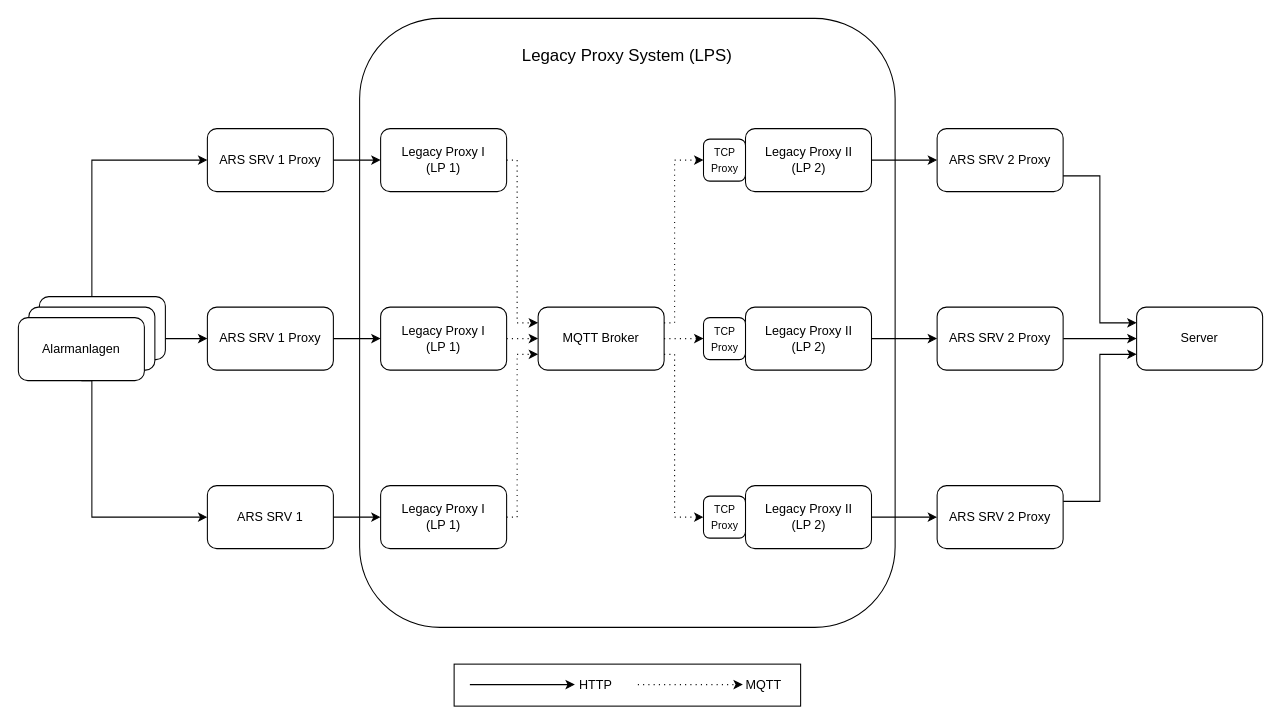
Before: drawio/exp_lps.drawio in JadKHaddad/MT, a draw.io diagram. Source tidied: cells renumbered, new cells numbered last; positions are measured from the earlier drawing's top-left corner, leaving out a move shared by most shapes. Both pictures are drawn from the tidied source at 105%, with x=0, y=0 at pixel (18, 18).
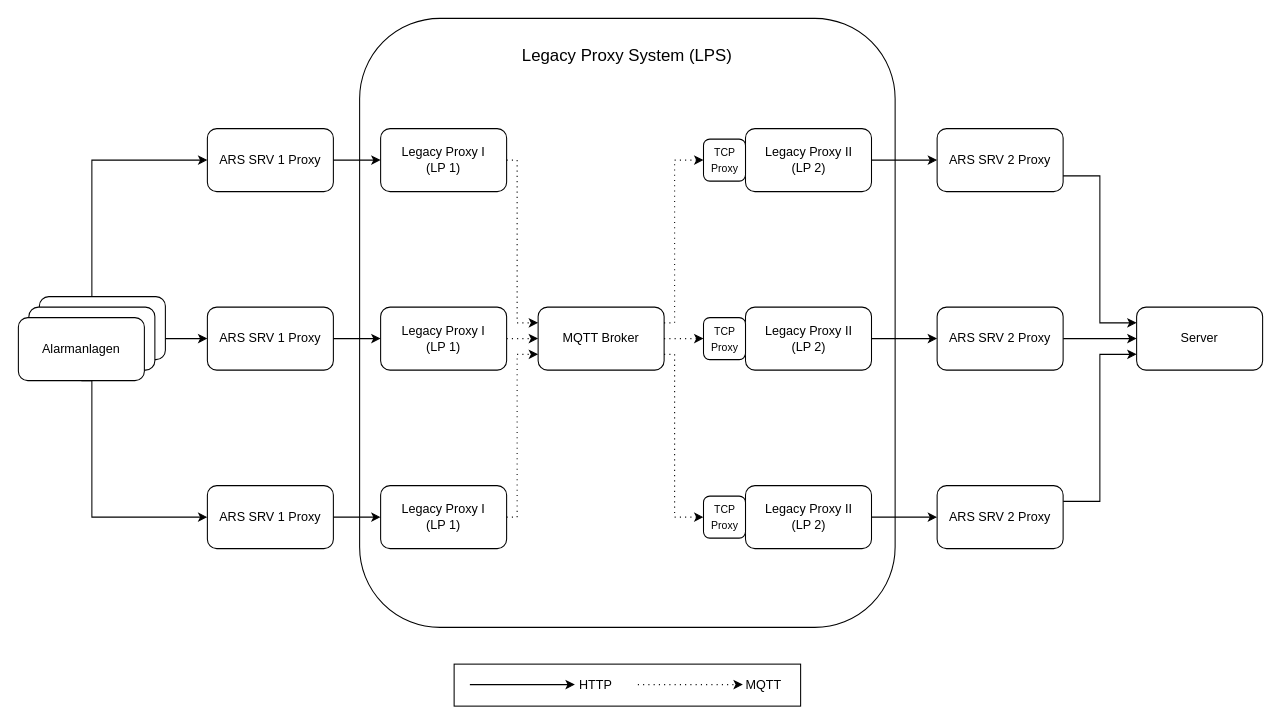
Above is the later version.

The edit, as a diff of the source:
```diff
@@
-    <mxCell id="12" value="ARS SRV 1" style="rounded=1;whiteSpace=wrap;html=1;" parent="1" vertex="1">
+    <mxCell id="12" value="ARS SRV 1 Proxy" style="rounded=1;whiteSpace=wrap;html=1;" parent="1" vertex="1">
       <mxGeometry x="180" y="445" width="120" height="60" as="geometry" />
     </mxCell>
```
